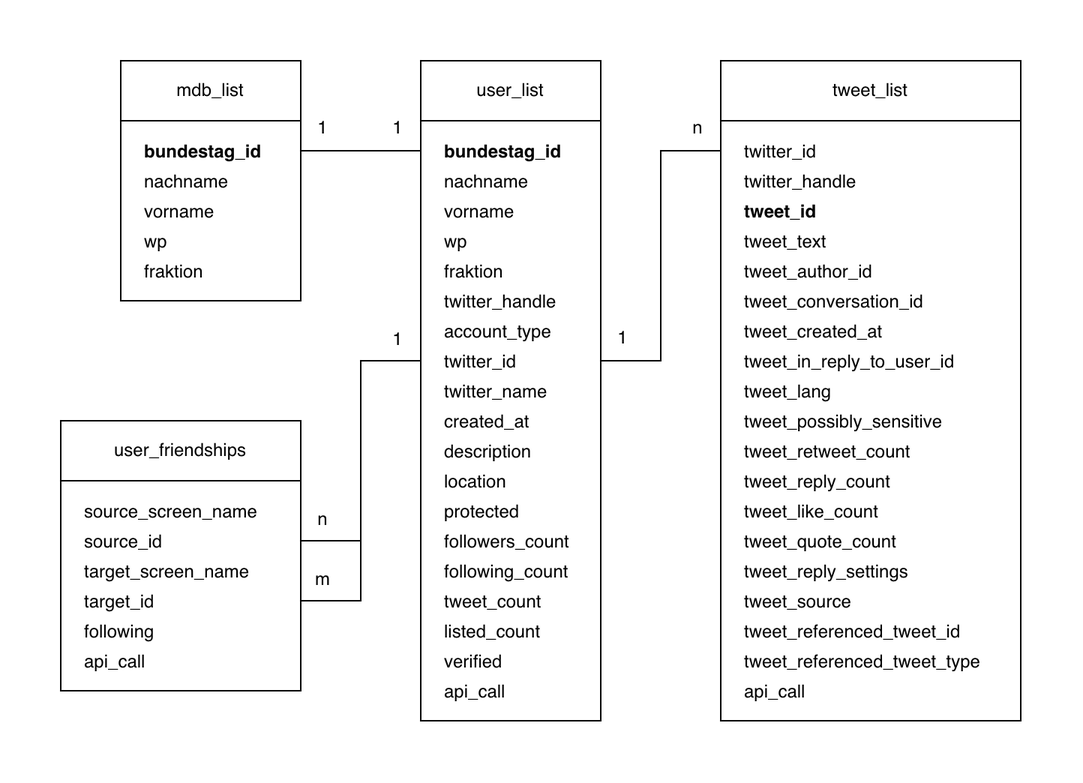
Above: docs/entityrelationshipdiagram.png in lucashoeft/Content-Sharing (draw.io), before the change. Source tidied: cells renumbered, new cells last; positions are measured from the earlier drawing's top-left corner, leaving out a move shared by most shapes. The source it was exported from:
```xml
<mxGraphModel>
  <root>
    <mxCell id="0" />
    <mxCell id="1" parent="0" />
    <mxCell id="2" style="rounded=0;whiteSpace=wrap;html=1;fontColor=#000000;strokeColor=none;" parent="1" vertex="1">
      <mxGeometry width="720" height="520" as="geometry" />
    </mxCell>
    <mxCell id="3" style="endArrow=none;html=1;rounded=0;fontColor=#000000;exitX=1;exitY=0.5;exitDx=0;exitDy=0;entryX=0;entryY=0.5;entryDx=0;entryDy=0;" parent="1" edge="1" source="65" target="16">
      <mxGeometry relative="1" as="geometry">
        <Array as="points">
          <mxPoint x="240" y="400" />
          <mxPoint x="240" y="240" />
        </Array>
      </mxGeometry>
    </mxCell>
    <mxCell id="4" style="endArrow=none;html=1;rounded=0;fontColor=#000000;entryX=0;entryY=0.5;entryDx=0;entryDy=0;exitX=1;exitY=0.5;exitDx=0;exitDy=0;" parent="1" edge="1" source="63" target="16">
      <mxGeometry relative="1" as="geometry">
        <Array as="points">
          <mxPoint x="240" y="360" />
          <mxPoint x="240" y="240" />
        </Array>
      </mxGeometry>
    </mxCell>
    <mxCell id="5" style="endArrow=none;html=1;rounded=0;fontColor=#007FFF;exitX=1;exitY=0.5;exitDx=0;exitDy=0;entryX=0;entryY=0.5;entryDx=0;entryDy=0;" parent="1" edge="1" source="16" target="37">
      <mxGeometry relative="1" as="geometry">
        <Array as="points">
          <mxPoint x="440" y="240" />
          <mxPoint x="440" y="100" />
        </Array>
      </mxGeometry>
    </mxCell>
    <mxCell id="6" style="endArrow=none;html=1;rounded=0;fontColor=#007FFF;exitX=1;exitY=0.5;exitDx=0;exitDy=0;" parent="1" edge="1" source="30" target="9">
      <mxGeometry relative="1" as="geometry" />
    </mxCell>
    <mxCell id="7" style="rounded=0;whiteSpace=wrap;html=1;" parent="1" vertex="1">
      <mxGeometry x="280" y="80" width="120" height="400" as="geometry" />
    </mxCell>
    <mxCell id="8" value="user_list" style="rounded=0;whiteSpace=wrap;html=1;" parent="1" vertex="1">
      <mxGeometry x="280" y="40" width="120" height="40" as="geometry" />
    </mxCell>
    <mxCell id="9" value="bundestag_id" style="text;strokeColor=none;fillColor=none;align=left;verticalAlign=middle;spacingLeft=4;spacingRight=4;overflow=hidden;points=[[0,0.5],[1,0.5]];portConstraint=eastwest;fontStyle=1;" parent="1" vertex="1">
      <mxGeometry x="290" y="80" width="120" height="40" as="geometry" />
    </mxCell>
    <mxCell id="10" value="nachname" style="text;strokeColor=none;fillColor=none;align=left;verticalAlign=middle;spacingLeft=4;spacingRight=4;overflow=hidden;fontStyle=0;" parent="1" vertex="1">
      <mxGeometry x="290" y="100" width="110" height="40" as="geometry" />
    </mxCell>
    <mxCell id="11" value="vorname" style="text;strokeColor=none;fillColor=none;align=left;verticalAlign=middle;spacingLeft=4;spacingRight=4;overflow=hidden;fontStyle=0;" parent="1" vertex="1">
      <mxGeometry x="290" y="120" width="110" height="40" as="geometry" />
    </mxCell>
    <mxCell id="12" value="wp" style="text;strokeColor=none;fillColor=none;align=left;verticalAlign=middle;spacingLeft=4;spacingRight=4;overflow=hidden;fontStyle=0;" parent="1" vertex="1">
      <mxGeometry x="290" y="140" width="110" height="40" as="geometry" />
    </mxCell>
    <mxCell id="13" value="fraktion" style="text;strokeColor=none;fillColor=none;align=left;verticalAlign=middle;spacingLeft=4;spacingRight=4;overflow=hidden;fontStyle=0;" parent="1" vertex="1">
      <mxGeometry x="290" y="160" width="110" height="40" as="geometry" />
    </mxCell>
    <mxCell id="14" value="twitter_handle" style="text;strokeColor=none;fillColor=none;align=left;verticalAlign=middle;spacingLeft=4;spacingRight=4;overflow=hidden;fontStyle=0;" parent="1" vertex="1">
      <mxGeometry x="290" y="180" width="110" height="40" as="geometry" />
    </mxCell>
    <mxCell id="15" value="account_type" style="text;strokeColor=none;fillColor=none;align=left;verticalAlign=middle;spacingLeft=4;spacingRight=4;overflow=hidden;fontStyle=0;" parent="1" vertex="1">
      <mxGeometry x="290" y="200" width="110" height="40" as="geometry" />
    </mxCell>
    <mxCell id="16" value="twitter_id" style="text;strokeColor=none;fillColor=none;align=left;verticalAlign=middle;spacingLeft=4;spacingRight=4;overflow=hidden;points=[[0,0.5],[1,0.5]];portConstraint=eastwest;fontStyle=0;" parent="1" vertex="1">
      <mxGeometry x="290" y="220" width="110" height="40" as="geometry" />
    </mxCell>
    <mxCell id="17" value="twitter_name" style="text;strokeColor=none;fillColor=none;align=left;verticalAlign=middle;spacingLeft=4;spacingRight=4;overflow=hidden;fontStyle=0;" parent="1" vertex="1">
      <mxGeometry x="290" y="240" width="110" height="40" as="geometry" />
    </mxCell>
    <mxCell id="18" value="created_at" style="text;strokeColor=none;fillColor=none;align=left;verticalAlign=middle;spacingLeft=4;spacingRight=4;overflow=hidden;fontStyle=0;" parent="1" vertex="1">
      <mxGeometry x="290" y="260" width="110" height="40" as="geometry" />
    </mxCell>
    <mxCell id="19" value="description    " style="text;strokeColor=none;fillColor=none;align=left;verticalAlign=middle;spacingLeft=4;spacingRight=4;overflow=hidden;fontStyle=0;" parent="1" vertex="1">
      <mxGeometry x="290" y="280" width="110" height="40" as="geometry" />
    </mxCell>
    <mxCell id="20" value="location" style="text;strokeColor=none;fillColor=none;align=left;verticalAlign=middle;spacingLeft=4;spacingRight=4;overflow=hidden;fontStyle=0;" parent="1" vertex="1">
      <mxGeometry x="290" y="300" width="110" height="40" as="geometry" />
    </mxCell>
    <mxCell id="21" value="protected    " style="text;strokeColor=none;fillColor=none;align=left;verticalAlign=middle;spacingLeft=4;spacingRight=4;overflow=hidden;fontStyle=0;" parent="1" vertex="1">
      <mxGeometry x="290" y="320" width="110" height="40" as="geometry" />
    </mxCell>
    <mxCell id="22" value="followers_count" style="text;strokeColor=none;fillColor=none;align=left;verticalAlign=middle;spacingLeft=4;spacingRight=4;overflow=hidden;fontStyle=0;" parent="1" vertex="1">
      <mxGeometry x="290" y="340" width="110" height="40" as="geometry" />
    </mxCell>
    <mxCell id="23" value="following_count" style="text;strokeColor=none;fillColor=none;align=left;verticalAlign=middle;spacingLeft=4;spacingRight=4;overflow=hidden;fontStyle=0;" parent="1" vertex="1">
      <mxGeometry x="290" y="360" width="110" height="40" as="geometry" />
    </mxCell>
    <mxCell id="24" value="tweet_count" style="text;strokeColor=none;fillColor=none;align=left;verticalAlign=middle;spacingLeft=4;spacingRight=4;overflow=hidden;fontStyle=0;" parent="1" vertex="1">
      <mxGeometry x="290" y="380" width="110" height="40" as="geometry" />
    </mxCell>
    <mxCell id="25" value="listed_count" style="text;strokeColor=none;fillColor=none;align=left;verticalAlign=middle;spacingLeft=4;spacingRight=4;overflow=hidden;fontStyle=0;" parent="1" vertex="1">
      <mxGeometry x="290" y="400" width="110" height="40" as="geometry" />
    </mxCell>
    <mxCell id="26" value="verified" style="text;strokeColor=none;fillColor=none;align=left;verticalAlign=middle;spacingLeft=4;spacingRight=4;overflow=hidden;fontStyle=0;" parent="1" vertex="1">
      <mxGeometry x="290" y="420" width="110" height="40" as="geometry" />
    </mxCell>
    <mxCell id="27" value="api_call" style="text;strokeColor=none;fillColor=none;align=left;verticalAlign=middle;spacingLeft=4;spacingRight=4;overflow=hidden;fontStyle=0;" parent="1" vertex="1">
      <mxGeometry x="290" y="440" width="110" height="40" as="geometry" />
    </mxCell>
    <mxCell id="28" value="mdb_list" style="rounded=0;whiteSpace=wrap;html=1;" parent="1" vertex="1">
      <mxGeometry x="80" y="40" width="120" height="40" as="geometry" />
    </mxCell>
    <mxCell id="29" style="rounded=0;whiteSpace=wrap;html=1;" parent="1" vertex="1">
      <mxGeometry x="80" y="80" width="120" height="120" as="geometry" />
    </mxCell>
    <mxCell id="30" value="bundestag_id" style="text;strokeColor=none;fillColor=none;align=left;verticalAlign=middle;spacingLeft=4;spacingRight=4;overflow=hidden;points=[[0,0.5],[1,0.5]];portConstraint=eastwest;fontStyle=1;" parent="1" vertex="1">
      <mxGeometry x="90" y="80" width="110" height="40" as="geometry" />
    </mxCell>
    <mxCell id="31" value="nachname" style="text;strokeColor=none;fillColor=none;align=left;verticalAlign=middle;spacingLeft=4;spacingRight=4;overflow=hidden;fontStyle=0;" parent="1" vertex="1">
      <mxGeometry x="90" y="100" width="110" height="40" as="geometry" />
    </mxCell>
    <mxCell id="32" value="vorname" style="text;strokeColor=none;fillColor=none;align=left;verticalAlign=middle;spacingLeft=4;spacingRight=4;overflow=hidden;fontStyle=0;" parent="1" vertex="1">
      <mxGeometry x="90" y="120" width="110" height="40" as="geometry" />
    </mxCell>
    <mxCell id="33" value="wp" style="text;strokeColor=none;fillColor=none;align=left;verticalAlign=middle;spacingLeft=4;spacingRight=4;overflow=hidden;fontStyle=0;" parent="1" vertex="1">
      <mxGeometry x="90" y="140" width="110" height="40" as="geometry" />
    </mxCell>
    <mxCell id="34" value="fraktion" style="text;strokeColor=none;fillColor=none;align=left;verticalAlign=middle;spacingLeft=4;spacingRight=4;overflow=hidden;fontStyle=0;" parent="1" vertex="1">
      <mxGeometry x="90" y="160" width="110" height="40" as="geometry" />
    </mxCell>
    <mxCell id="35" value="tweet_list" style="rounded=0;whiteSpace=wrap;html=1;" parent="1" vertex="1">
      <mxGeometry x="480" y="40" width="200" height="40" as="geometry" />
    </mxCell>
    <mxCell id="36" style="rounded=0;whiteSpace=wrap;html=1;" parent="1" vertex="1">
      <mxGeometry x="480" y="80" width="200" height="400" as="geometry" />
    </mxCell>
    <mxCell id="37" value="twitter_id" style="text;strokeColor=none;fillColor=none;align=left;verticalAlign=middle;spacingLeft=4;spacingRight=4;overflow=hidden;points=[[0,0.5],[1,0.5]];portConstraint=eastwest;fontStyle=0;" parent="1" vertex="1">
      <mxGeometry x="490" y="80" width="110" height="40" as="geometry" />
    </mxCell>
    <mxCell id="38" value="twitter_handle" style="text;strokeColor=none;fillColor=none;align=left;verticalAlign=middle;spacingLeft=4;spacingRight=4;overflow=hidden;fontStyle=0;" parent="1" vertex="1">
      <mxGeometry x="490" y="100" width="110" height="40" as="geometry" />
    </mxCell>
    <mxCell id="39" value="tweet_id" style="text;strokeColor=none;fillColor=none;align=left;verticalAlign=middle;spacingLeft=4;spacingRight=4;overflow=hidden;fontStyle=1;" parent="1" vertex="1">
      <mxGeometry x="490" y="120" width="110" height="40" as="geometry" />
    </mxCell>
    <mxCell id="40" value="tweet_text" style="text;strokeColor=none;fillColor=none;align=left;verticalAlign=middle;spacingLeft=4;spacingRight=4;overflow=hidden;fontStyle=0;" parent="1" vertex="1">
      <mxGeometry x="490" y="140" width="110" height="40" as="geometry" />
    </mxCell>
    <mxCell id="41" value="tweet_author_id" style="text;strokeColor=none;fillColor=none;align=left;verticalAlign=middle;spacingLeft=4;spacingRight=4;overflow=hidden;fontStyle=0;" parent="1" vertex="1">
      <mxGeometry x="490" y="160" width="110" height="40" as="geometry" />
    </mxCell>
    <mxCell id="42" value="tweet_conversation_id" style="text;strokeColor=none;fillColor=none;align=left;verticalAlign=middle;spacingLeft=4;spacingRight=4;overflow=hidden;fontStyle=0;" parent="1" vertex="1">
      <mxGeometry x="490" y="180" width="140" height="40" as="geometry" />
    </mxCell>
    <mxCell id="43" value="tweet_created_at" style="text;strokeColor=none;fillColor=none;align=left;verticalAlign=middle;spacingLeft=4;spacingRight=4;overflow=hidden;fontStyle=0;" parent="1" vertex="1">
      <mxGeometry x="490" y="200" width="140" height="40" as="geometry" />
    </mxCell>
    <mxCell id="44" value="tweet_in_reply_to_user_id" style="text;strokeColor=none;fillColor=none;align=left;verticalAlign=middle;spacingLeft=4;spacingRight=4;overflow=hidden;fontStyle=0;" parent="1" vertex="1">
      <mxGeometry x="490" y="220" width="170" height="40" as="geometry" />
    </mxCell>
    <mxCell id="45" value="tweet_lang" style="text;strokeColor=none;fillColor=none;align=left;verticalAlign=middle;spacingLeft=4;spacingRight=4;overflow=hidden;fontStyle=0;" parent="1" vertex="1">
      <mxGeometry x="490" y="240" width="170" height="40" as="geometry" />
    </mxCell>
    <mxCell id="46" value="tweet_possibly_sensitive    " style="text;strokeColor=none;fillColor=none;align=left;verticalAlign=middle;spacingLeft=4;spacingRight=4;overflow=hidden;fontStyle=0;" parent="1" vertex="1">
      <mxGeometry x="490" y="260" width="170" height="40" as="geometry" />
    </mxCell>
    <mxCell id="47" value="tweet_retweet_count" style="text;strokeColor=none;fillColor=none;align=left;verticalAlign=middle;spacingLeft=4;spacingRight=4;overflow=hidden;fontStyle=0;" parent="1" vertex="1">
      <mxGeometry x="490" y="280" width="170" height="40" as="geometry" />
    </mxCell>
    <mxCell id="48" value="tweet_reply_count" style="text;strokeColor=none;fillColor=none;align=left;verticalAlign=middle;spacingLeft=4;spacingRight=4;overflow=hidden;fontStyle=0;" parent="1" vertex="1">
      <mxGeometry x="490" y="300" width="170" height="40" as="geometry" />
    </mxCell>
    <mxCell id="49" value="tweet_like_count" style="text;strokeColor=none;fillColor=none;align=left;verticalAlign=middle;spacingLeft=4;spacingRight=4;overflow=hidden;fontStyle=0;" parent="1" vertex="1">
      <mxGeometry x="490" y="320" width="170" height="40" as="geometry" />
    </mxCell>
    <mxCell id="50" value="tweet_quote_count" style="text;strokeColor=none;fillColor=none;align=left;verticalAlign=middle;spacingLeft=4;spacingRight=4;overflow=hidden;fontStyle=0;" parent="1" vertex="1">
      <mxGeometry x="490" y="340" width="170" height="40" as="geometry" />
    </mxCell>
    <mxCell id="51" value="tweet_reply_settings" style="text;strokeColor=none;fillColor=none;align=left;verticalAlign=middle;spacingLeft=4;spacingRight=4;overflow=hidden;fontStyle=0;" parent="1" vertex="1">
      <mxGeometry x="490" y="360" width="170" height="40" as="geometry" />
    </mxCell>
    <mxCell id="52" value="tweet_source" style="text;strokeColor=none;fillColor=none;align=left;verticalAlign=middle;spacingLeft=4;spacingRight=4;overflow=hidden;fontStyle=0;" parent="1" vertex="1">
      <mxGeometry x="490" y="380" width="170" height="40" as="geometry" />
    </mxCell>
    <mxCell id="53" value="tweet_referenced_tweet_id" style="text;strokeColor=none;fillColor=none;align=left;verticalAlign=middle;spacingLeft=4;spacingRight=4;overflow=hidden;fontStyle=0;" parent="1" vertex="1">
      <mxGeometry x="490" y="400" width="170" height="40" as="geometry" />
    </mxCell>
    <mxCell id="54" value="tweet_referenced_tweet_type" style="text;strokeColor=none;fillColor=none;align=left;verticalAlign=middle;spacingLeft=4;spacingRight=4;overflow=hidden;fontStyle=0;" parent="1" vertex="1">
      <mxGeometry x="490" y="420" width="170" height="40" as="geometry" />
    </mxCell>
    <mxCell id="55" value="api_call" style="text;strokeColor=none;fillColor=none;align=left;verticalAlign=middle;spacingLeft=4;spacingRight=4;overflow=hidden;fontStyle=0;" parent="1" vertex="1">
      <mxGeometry x="490" y="440" width="170" height="40" as="geometry" />
    </mxCell>
    <mxCell id="56" value="1" style="text;html=1;strokeColor=none;fillColor=none;align=center;verticalAlign=middle;whiteSpace=wrap;rounded=0;fontColor=#000000;" parent="1" vertex="1">
      <mxGeometry x="200" y="70" width="30" height="30" as="geometry" />
    </mxCell>
    <mxCell id="57" value="1" style="text;html=1;strokeColor=none;fillColor=none;align=center;verticalAlign=middle;whiteSpace=wrap;rounded=0;fontColor=#000000;" parent="1" vertex="1">
      <mxGeometry x="250" y="70" width="30" height="30" as="geometry" />
    </mxCell>
    <mxCell id="58" value="1" style="text;html=1;strokeColor=none;fillColor=none;align=center;verticalAlign=middle;whiteSpace=wrap;rounded=0;fontColor=#000000;" parent="1" vertex="1">
      <mxGeometry x="400" y="210" width="30" height="30" as="geometry" />
    </mxCell>
    <mxCell id="59" value="n" style="text;html=1;strokeColor=none;fillColor=none;align=center;verticalAlign=middle;whiteSpace=wrap;rounded=0;fontColor=#000000;" parent="1" vertex="1">
      <mxGeometry x="450" y="70" width="30" height="30" as="geometry" />
    </mxCell>
    <mxCell id="60" value="user_friendships" style="rounded=0;whiteSpace=wrap;html=1;" parent="1" vertex="1">
      <mxGeometry x="40" y="280" width="160" height="40" as="geometry" />
    </mxCell>
    <mxCell id="61" style="rounded=0;whiteSpace=wrap;html=1;" parent="1" vertex="1">
      <mxGeometry x="40" y="320" width="160" height="140" as="geometry" />
    </mxCell>
    <mxCell id="62" value="source_screen_name" style="text;strokeColor=none;fillColor=none;align=left;verticalAlign=middle;spacingLeft=4;spacingRight=4;overflow=hidden;fontStyle=0;" parent="1" vertex="1">
      <mxGeometry x="50" y="320" width="140" height="40" as="geometry" />
    </mxCell>
    <mxCell id="63" value="source_id" style="text;strokeColor=none;fillColor=none;align=left;verticalAlign=middle;spacingLeft=4;spacingRight=4;overflow=hidden;points=[[0,0.5],[1,0.5]];portConstraint=eastwest;fontStyle=0;" parent="1" vertex="1">
      <mxGeometry x="50" y="340" width="150" height="40" as="geometry" />
    </mxCell>
    <mxCell id="64" value="target_screen_name" style="text;strokeColor=none;fillColor=none;align=left;verticalAlign=middle;spacingLeft=4;spacingRight=4;overflow=hidden;fontStyle=0;" parent="1" vertex="1">
      <mxGeometry x="50" y="360" width="140" height="40" as="geometry" />
    </mxCell>
    <mxCell id="65" value="target_id" style="text;strokeColor=none;fillColor=none;align=left;verticalAlign=middle;spacingLeft=4;spacingRight=4;overflow=hidden;points=[[0,0.5],[1,0.5]];portConstraint=eastwest;fontStyle=0;" parent="1" vertex="1">
      <mxGeometry x="50" y="380" width="150" height="40" as="geometry" />
    </mxCell>
    <mxCell id="66" value="following" style="text;strokeColor=none;fillColor=none;align=left;verticalAlign=middle;spacingLeft=4;spacingRight=4;overflow=hidden;fontStyle=0;" parent="1" vertex="1">
      <mxGeometry x="50" y="400" width="110" height="40" as="geometry" />
    </mxCell>
    <mxCell id="67" value="api_call" style="text;strokeColor=none;fillColor=none;align=left;verticalAlign=middle;spacingLeft=4;spacingRight=4;overflow=hidden;fontStyle=0;" parent="1" vertex="1">
      <mxGeometry x="50" y="420" width="110" height="40" as="geometry" />
    </mxCell>
    <mxCell id="68" value="1" style="text;strokeColor=none;fillColor=none;align=center;verticalAlign=middle;spacingLeft=4;spacingRight=4;overflow=hidden;fontColor=#000000;html=0;" parent="1" vertex="1">
      <mxGeometry x="250" y="210" width="30" height="30" as="geometry" />
    </mxCell>
    <mxCell id="69" value="n" style="text;strokeColor=none;fillColor=none;align=center;verticalAlign=middle;spacingLeft=4;spacingRight=4;overflow=hidden;fontColor=#000000;html=0;" parent="1" vertex="1">
      <mxGeometry x="200" y="330" width="30" height="30" as="geometry" />
    </mxCell>
    <mxCell id="70" value="m" style="text;strokeColor=none;fillColor=none;align=center;verticalAlign=middle;spacingLeft=4;spacingRight=4;overflow=hidden;fontColor=#000000;html=0;" parent="1" vertex="1">
      <mxGeometry x="200" y="370" width="30" height="30" as="geometry" />
    </mxCell>
  </root>
</mxGraphModel>
```
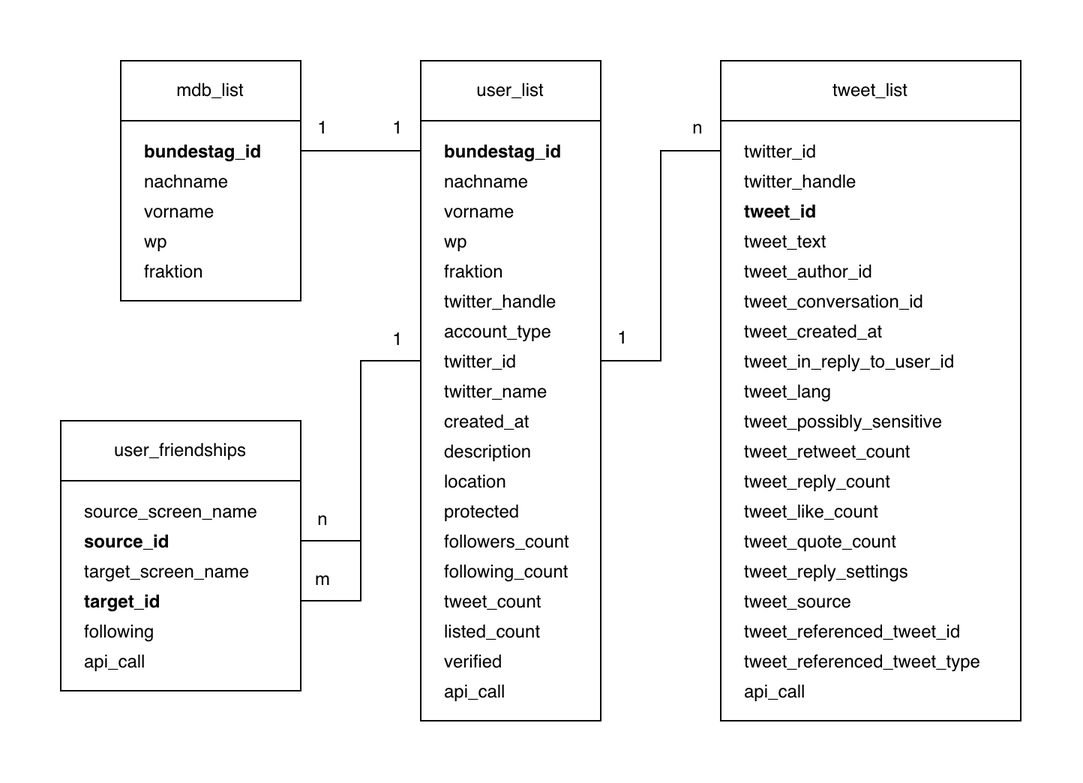
The same diagram one commit later.

Diff of the diagram source:
```diff
@@ -200,13 +200,13 @@
     <mxCell id="62" value="source_screen_name" style="text;strokeColor=none;fillColor=none;align=left;verticalAlign=middle;spacingLeft=4;spacingRight=4;overflow=hidden;fontStyle=0;" parent="1" vertex="1">
       <mxGeometry x="50" y="320" width="140" height="40" as="geometry" />
     </mxCell>
-    <mxCell id="63" value="source_id" style="text;strokeColor=none;fillColor=none;align=left;verticalAlign=middle;spacingLeft=4;spacingRight=4;overflow=hidden;points=[[0,0.5],[1,0.5]];portConstraint=eastwest;fontStyle=0;" parent="1" vertex="1">
+    <mxCell id="63" value="source_id" style="text;strokeColor=none;fillColor=none;align=left;verticalAlign=middle;spacingLeft=4;spacingRight=4;overflow=hidden;points=[[0,0.5],[1,0.5]];portConstraint=eastwest;fontStyle=1;" parent="1" vertex="1">
       <mxGeometry x="50" y="340" width="150" height="40" as="geometry" />
     </mxCell>
     <mxCell id="64" value="target_screen_name" style="text;strokeColor=none;fillColor=none;align=left;verticalAlign=middle;spacingLeft=4;spacingRight=4;overflow=hidden;fontStyle=0;" parent="1" vertex="1">
       <mxGeometry x="50" y="360" width="140" height="40" as="geometry" />
     </mxCell>
-    <mxCell id="65" value="target_id" style="text;strokeColor=none;fillColor=none;align=left;verticalAlign=middle;spacingLeft=4;spacingRight=4;overflow=hidden;points=[[0,0.5],[1,0.5]];portConstraint=eastwest;fontStyle=0;" parent="1" vertex="1">
+    <mxCell id="65" value="target_id" style="text;strokeColor=none;fillColor=none;align=left;verticalAlign=middle;spacingLeft=4;spacingRight=4;overflow=hidden;points=[[0,0.5],[1,0.5]];portConstraint=eastwest;fontStyle=1;" parent="1" vertex="1">
       <mxGeometry x="50" y="380" width="150" height="40" as="geometry" />
     </mxCell>
     <mxCell id="66" value="following" style="text;strokeColor=none;fillColor=none;align=left;verticalAlign=middle;spacingLeft=4;spacingRight=4;overflow=hidden;fontStyle=0;" parent="1" vertex="1">
```
